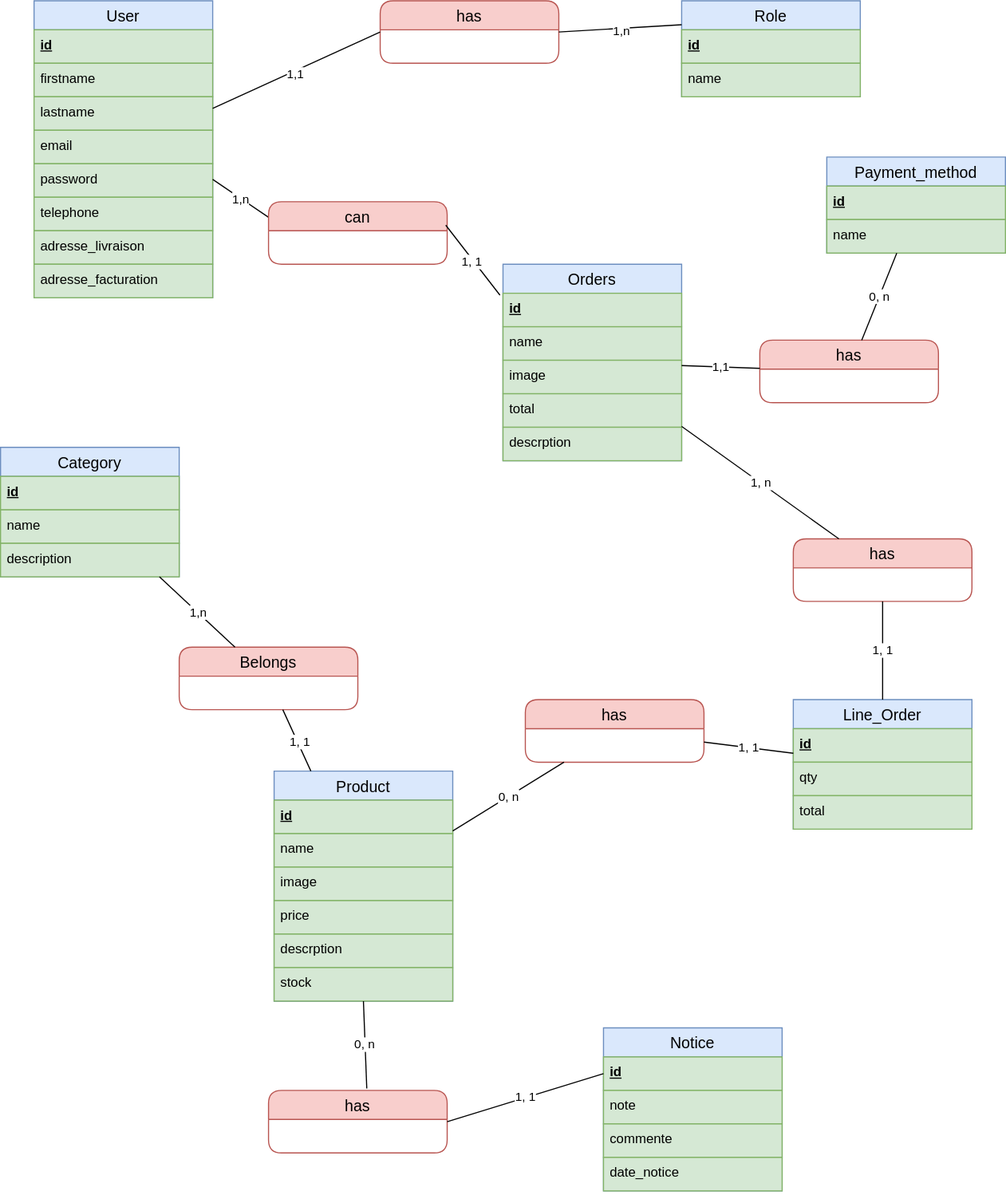
This is code/merise/project/MCD.drawio.svg from AwadRoubahAhmed/eMateriel, a draw.io export, as it was before one commit. Source tidied: cells renumbered, new cells last; positions are measured from the earlier drawing's top-left corner, leaving out a move shared by most shapes.
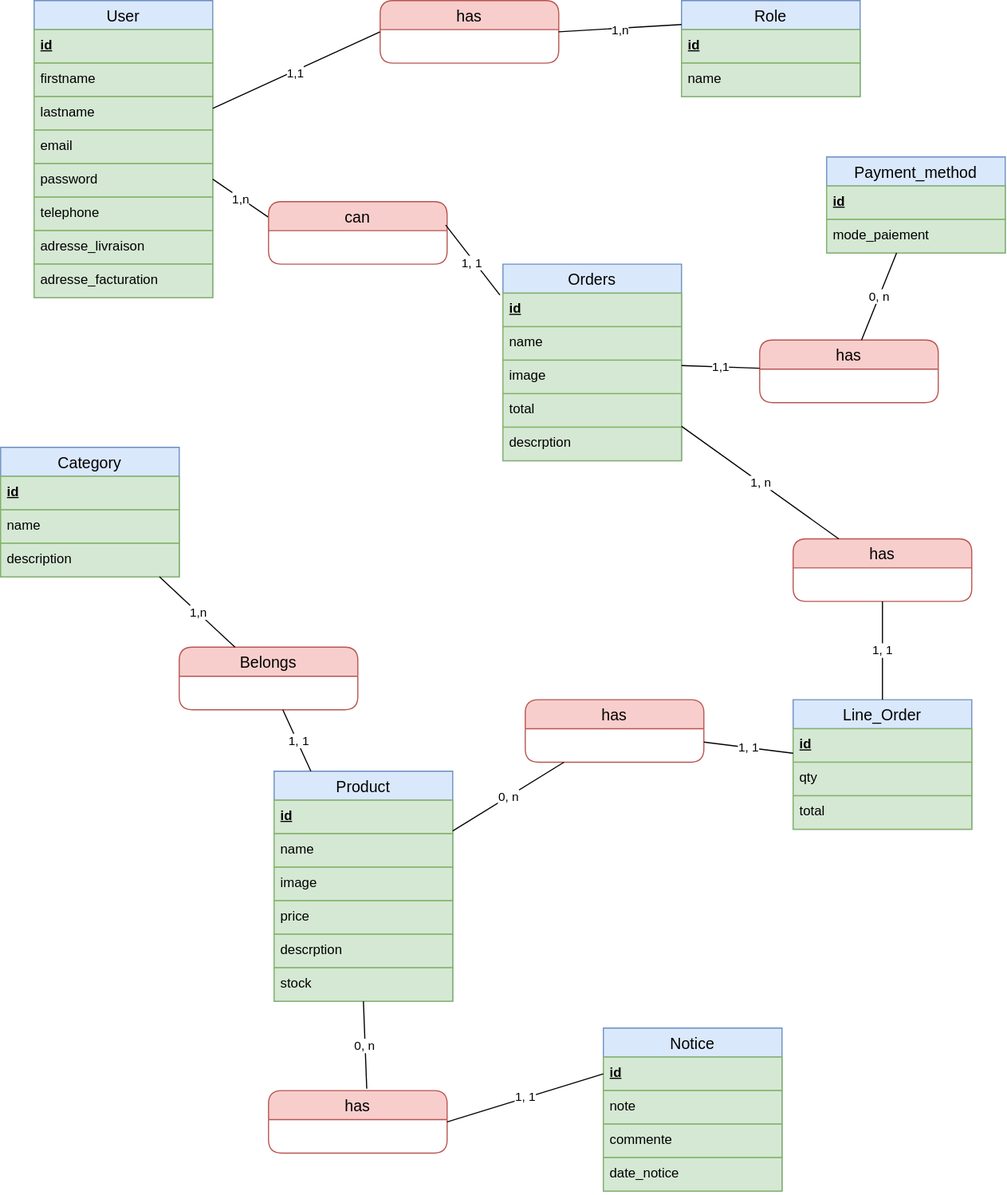
After the commit.

Diff of the diagram source:
```diff
@@ -199,7 +199,7 @@
     <mxCell id="66" value="id" style="text;strokeColor=#82b366;fillColor=#d5e8d4;spacingLeft=4;spacingRight=4;overflow=hidden;fontSize=12;whiteSpace=wrap;html=1;fontStyle=5;" parent="65" vertex="1">
       <mxGeometry y="26" width="160" height="30" as="geometry" />
     </mxCell>
-    <mxCell id="67" value="name" style="text;strokeColor=#82b366;fillColor=#d5e8d4;spacingLeft=4;spacingRight=4;overflow=hidden;fontSize=12;whiteSpace=wrap;html=1;" parent="65" vertex="1">
+    <mxCell id="67" value="&lt;span style=&quot;color: rgb(0, 0, 0);&quot;&gt;mode_paiement&lt;/span&gt;" style="text;strokeColor=#82b366;fillColor=#d5e8d4;spacingLeft=4;spacingRight=4;overflow=hidden;fontSize=12;whiteSpace=wrap;html=1;" parent="65" vertex="1">
       <mxGeometry y="56" width="160" height="30" as="geometry" />
     </mxCell>
     <mxCell id="68" value="has" style="swimlane;fontStyle=0;horizontal=1;startSize=26;align=center;fontSize=14;fillColor=#f8cecc;strokeColor=#b85450;rounded=1;" parent="1" vertex="1">
```
